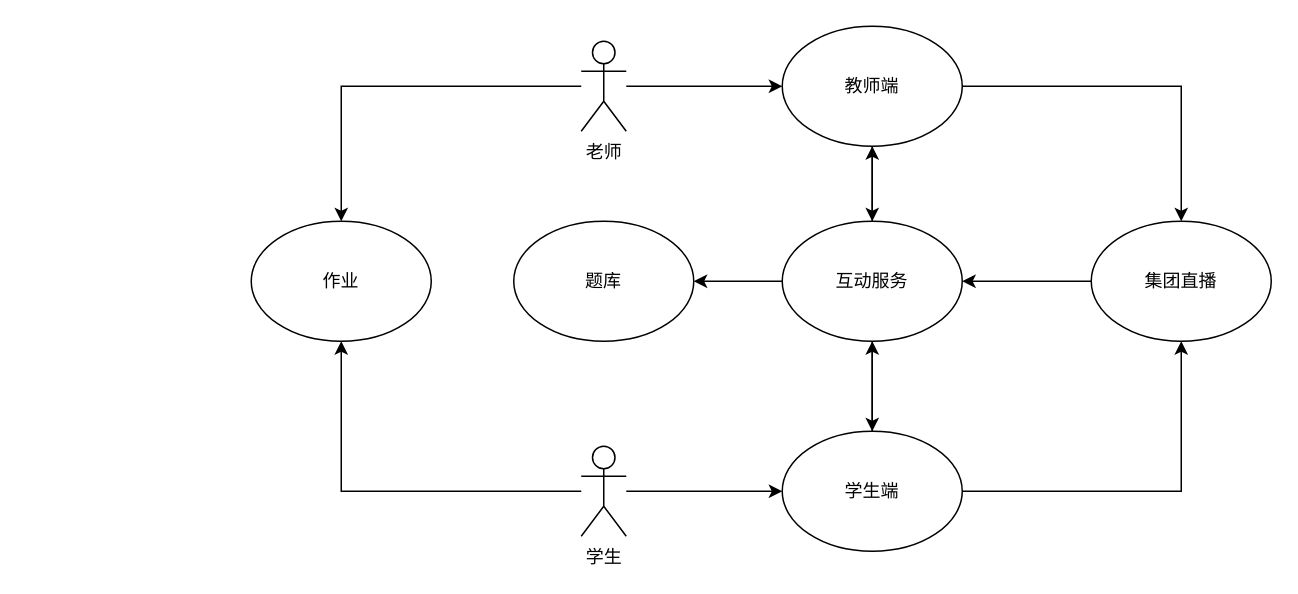
likedong/ho keeps this draw.io diagram as src/main/resources/Untitled Diagram.drawio. Above is the earlier version. Source tidied: cells renumbered, new cells numbered last; positions are measured from the earlier drawing's top-left corner, leaving out a move shared by most shapes. Both pictures are drawn from the tidied source at 150%, with x=0, y=0 at pixel (250, 26).
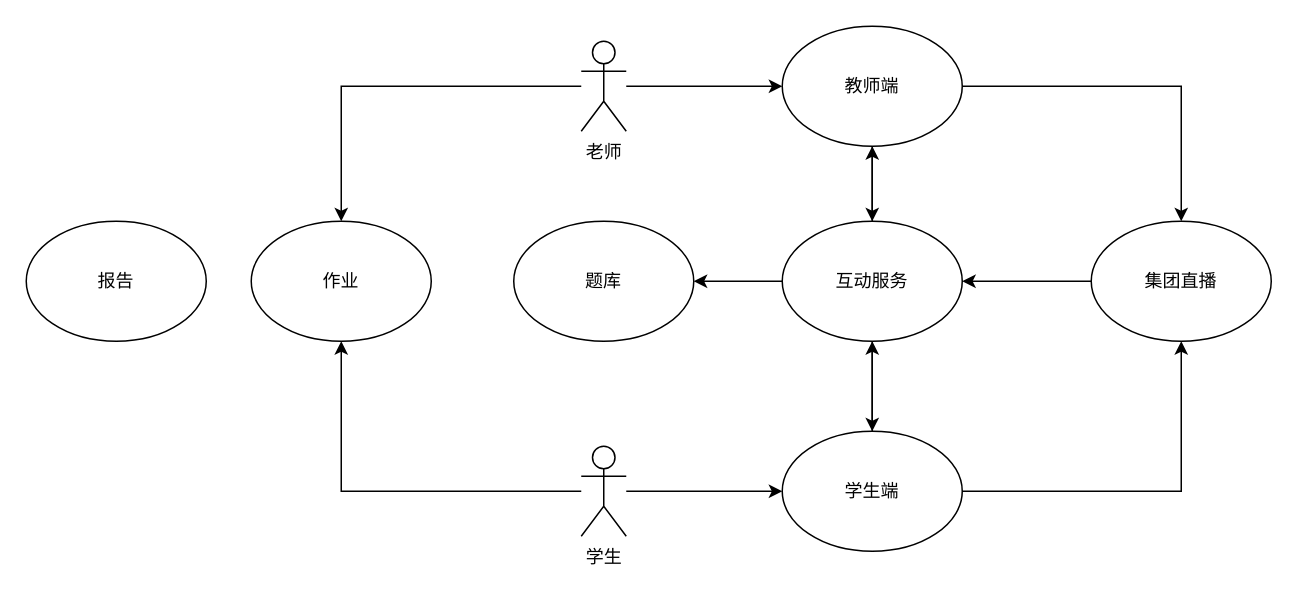
The same page after the edit.

Commit message:
爱学习用例图.drawio

Change to the diagram source:
```diff
@@
+    <mxCell id="22" value="报告" style="ellipse;whiteSpace=wrap;html=1;" parent="1" vertex="1">
+      <mxGeometry x="-150" y="130" width="120" height="80" as="geometry" />
+    </mxCell>
```
